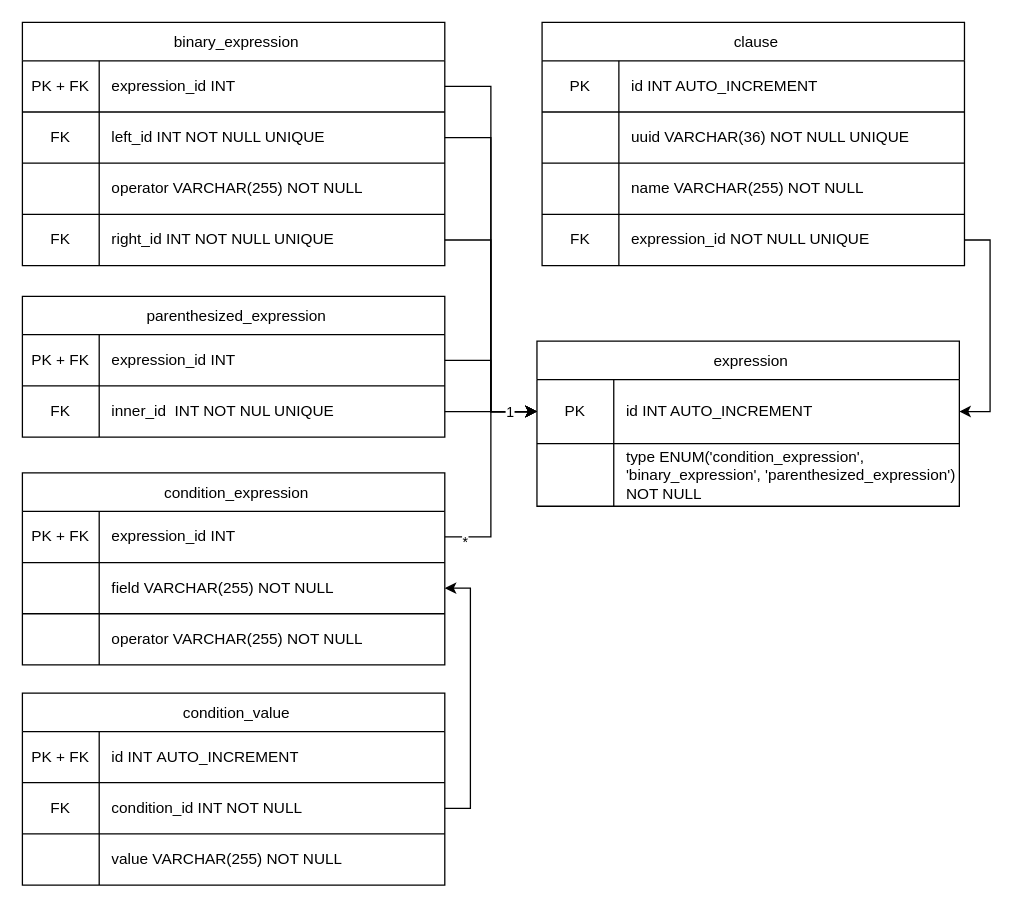
The draw.io diagram documentation/diagrams/data_model.drawio in KvalitetsIT/klausuleret-tilskud-valideringskomponent, before the edit. Source tidied: cells renumbered, new cells numbered last; positions are measured from the earlier drawing's top-left corner, leaving out a move shared by most shapes. Both pictures are drawn from the tidied source at 128%, with x=0, y=0 at pixel (22, 22).
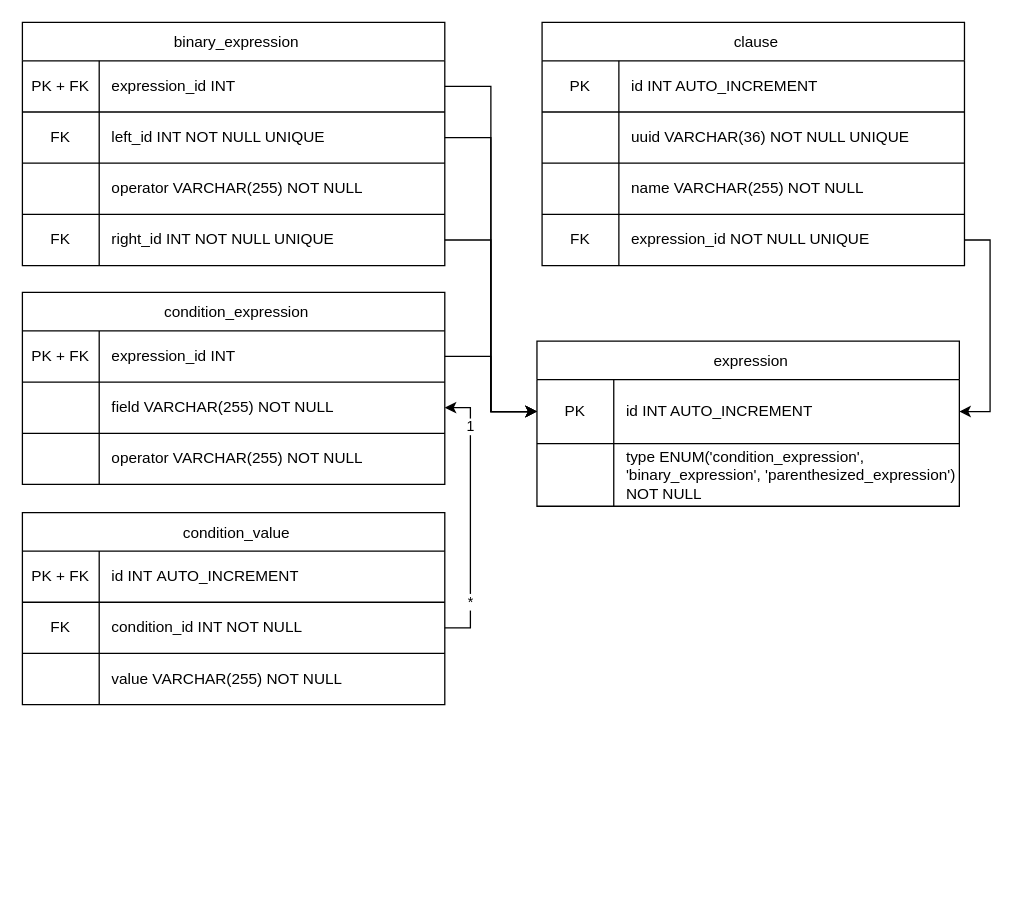
The same page after the edit.

Commit message (it also covers changes not shown here):
removed parenthized_expression

The change refers to these unchanged cells:
```xml
<mxCell id="16" style="shape=tableRow;horizontal=0;startSize=0;swimlaneHead=0;swimlaneBody=0;strokeColor=inherit;top=0;left=0;bottom=0;right=0;fillColor=none;points=[[0,0.5],[1,0.5]];portConstraint=eastwest;" parent="15" vertex="1">
  <mxGeometry y="30" width="330" height="50" as="geometry" />
</mxCell>
<mxCell id="26" style="shape=tableRow;horizontal=0;startSize=0;swimlaneHead=0;swimlaneBody=0;strokeColor=inherit;top=0;left=0;bottom=0;right=0;fillColor=none;points=[[0,0.5],[1,0.5]];portConstraint=eastwest;" parent="22" vertex="1">
  <mxGeometry y="70" width="330" height="40" as="geometry" />
</mxCell>
<mxCell id="36" style="shape=tableRow;horizontal=0;startSize=0;swimlaneHead=0;swimlaneBody=0;strokeColor=inherit;top=0;left=0;bottom=0;right=0;fillColor=none;points=[[0,0.5],[1,0.5]];portConstraint=eastwest;" parent="32" vertex="1">
  <mxGeometry y="70" width="330" height="40" as="geometry" />
</mxCell>
<mxCell id="49" style="edgeStyle=orthogonalEdgeStyle;rounded=0;jettySize=auto;html=1;entryX=0;entryY=0.5;entryDx=0;entryDy=0;" parent="1" edge="1" source="23" target="16">
  <mxGeometry relative="1" as="geometry" />
</mxCell>
```

What changed in the source:
```diff
@@
     <mxCell id="22" value="condition_expression" style="shape=table;startSize=30;childLayout=tableLayout;spacingLeft=5;" parent="1" vertex="1">
-      <mxGeometry y="352" width="330" height="150" as="geometry" />
+      <mxGeometry y="211" width="330" height="150" as="geometry" />
     </mxCell>
@@
     <mxCell id="32" value="condition_value" style="shape=table;startSize=30;childLayout=tableLayout;spacingLeft=5;" parent="1" vertex="1">
-      <mxGeometry y="524" width="330" height="150" as="geometry" />
+      <mxGeometry y="383" width="330" height="150" as="geometry" />
     </mxCell>
@@
-    <mxCell id="42" value="parenthesized_expression" style="shape=table;startSize=30;childLayout=tableLayout;spacingLeft=5;" parent="1" vertex="1">
-      <mxGeometry y="214" width="330" height="110" as="geometry" />
-    </mxCell>
-    <mxCell id="43" style="shape=tableRow;horizontal=0;startSize=0;swimlaneHead=0;swimlaneBody=0;strokeColor=inherit;top=0;left=0;bottom=0;right=0;fillColor=none;points=[[0,0.5],[1,0.5]];portConstraint=eastwest;" parent="42" vertex="1">
-      <mxGeometry y="30" width="330" height="40" as="geometry" />
-    </mxCell>
-    <mxCell id="44" value="PK + FK" style="shape=partialRectangle;html=1;whiteSpace=wrap;strokeColor=inherit;overflow=hidden;fillColor=none;top=0;left=0;bottom=0;right=0;" parent="43" vertex="1">
-      <mxGeometry width="60" height="40" as="geometry" />
-    </mxCell>
-    <mxCell id="45" value="expression_id INT" style="shape=partialRectangle;html=1;whiteSpace=wrap;strokeColor=inherit;overflow=hidden;fillColor=none;top=0;left=0;bottom=0;right=0;align=left;spacingLeft=8;" parent="43" vertex="1">
-      <mxGeometry x="60" width="270" height="40" as="geometry" />
-    </mxCell>
-    <mxCell id="46" style="shape=tableRow;horizontal=0;startSize=0;swimlaneHead=0;swimlaneBody=0;strokeColor=inherit;top=0;left=0;bottom=0;right=0;fillColor=none;points=[[0,0.5],[1,0.5]];portConstraint=eastwest;" parent="42" vertex="1">
-      <mxGeometry y="70" width="330" height="40" as="geometry" />
-    </mxCell>
-    <mxCell id="47" value="FK" style="shape=partialRectangle;html=1;whiteSpace=wrap;strokeColor=inherit;overflow=hidden;fillColor=none;top=0;left=0;bottom=0;right=0;" parent="46" vertex="1">
-      <mxGeometry width="60" height="40" as="geometry" />
-    </mxCell>
-    <mxCell id="48" value="inner_id &amp;nbsp;INT NOT NUL UNIQUE" style="shape=partialRectangle;html=1;whiteSpace=wrap;strokeColor=inherit;overflow=hidden;fillColor=none;top=0;left=0;bottom=0;right=0;align=left;spacingLeft=8;" parent="46" vertex="1">
-      <mxGeometry x="60" width="270" height="40" as="geometry" />
-    </mxCell>
@@
-    <mxCell id="50" value="*" style="edgeLabel;html=1;align=center;verticalAlign=middle;" parent="49" vertex="1">
-      <mxGeometry x="-0.81" y="1" relative="1" as="geometry">
-        <mxPoint x="-1" y="4" as="offset" />
-      </mxGeometry>
-    </mxCell>
-    <mxCell id="51" style="edgeStyle=orthogonalEdgeStyle;rounded=0;jettySize=auto;html=1;exitX=1;exitY=0.5;exitDx=0;exitDy=0;entryX=0;entryY=0.5;entryDx=0;entryDy=0;" parent="1" edge="1" source="43" target="16">
-      <mxGeometry relative="1" as="geometry" />
-    </mxCell>
@@
-    <mxCell id="68" style="edgeStyle=orthogonalEdgeStyle;rounded=0;jettySize=auto;html=1;exitX=1;exitY=0.5;exitDx=0;exitDy=0;entryX=0;entryY=0.5;entryDx=0;entryDy=0;" parent="1" edge="1" source="46" target="16">
-      <mxGeometry relative="1" as="geometry" />
-    </mxCell>
+    <mxCell id="70" style="edgeStyle=orthogonalEdgeStyle;rounded=0;jettySize=auto;html=1;exitX=1;exitY=0.5;exitDx=0;exitDy=0;entryX=1;entryY=0.5;entryDx=0;entryDy=0;" parent="1" edge="1" source="36" target="26">
+      <mxGeometry relative="1" as="geometry" />
+    </mxCell>
+    <mxCell id="50" value="*" style="edgeLabel;html=1;align=center;verticalAlign=middle;" parent="70" vertex="1">
+      <mxGeometry x="-0.61" y="1" relative="1" as="geometry" />
+    </mxCell>
-    <mxCell id="69" value="1" style="edgeLabel;html=1;align=center;verticalAlign=middle;" parent="68" vertex="1">
-      <mxGeometry x="0.36" y="-3" relative="1" as="geometry">
-        <mxPoint x="1" y="-3" as="offset" />
-      </mxGeometry>
+    <mxCell id="69" value="1" style="edgeLabel;html=1;align=center;verticalAlign=middle;" parent="70" vertex="1">
+      <mxGeometry x="0.68" y="1" relative="1" as="geometry" />
     </mxCell>
-    <mxCell id="70" style="edgeStyle=orthogonalEdgeStyle;rounded=0;jettySize=auto;html=1;exitX=1;exitY=0.5;exitDx=0;exitDy=0;entryX=1;entryY=0.5;entryDx=0;entryDy=0;" parent="1" edge="1" source="36" target="26">
-      <mxGeometry relative="1" as="geometry" />
-    </mxCell>
```
